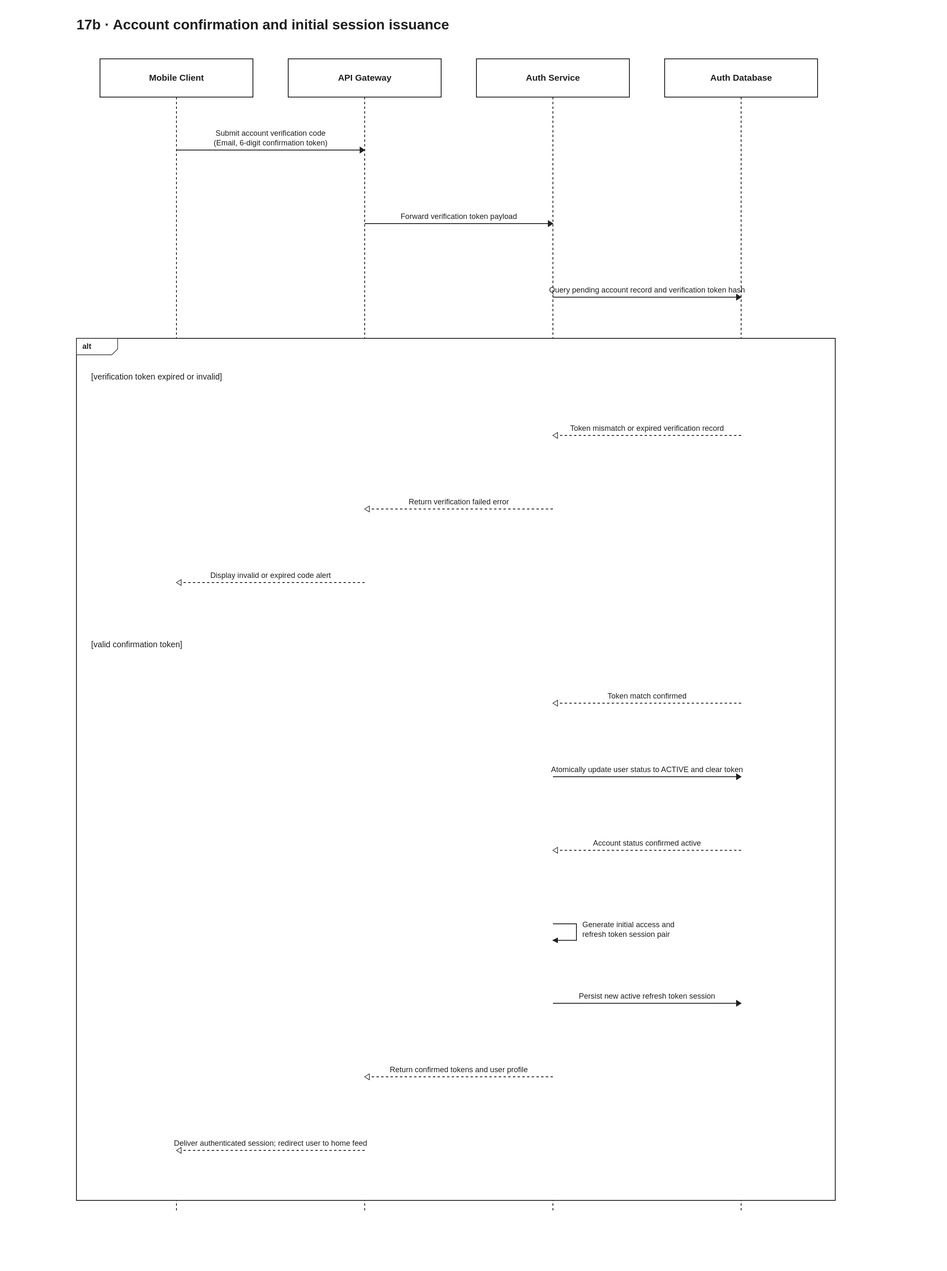
Before: docs/diagrams/velora-current/importable-svg/17b-auth-email-verification.drawio.svg, a diagram exported from draw.io (HieuCuteDangYeu/velora-backend). Source tidied: cells renumbered, new cells last; positions are measured from the earlier drawing's top-left corner, leaving out a move shared by most shapes.
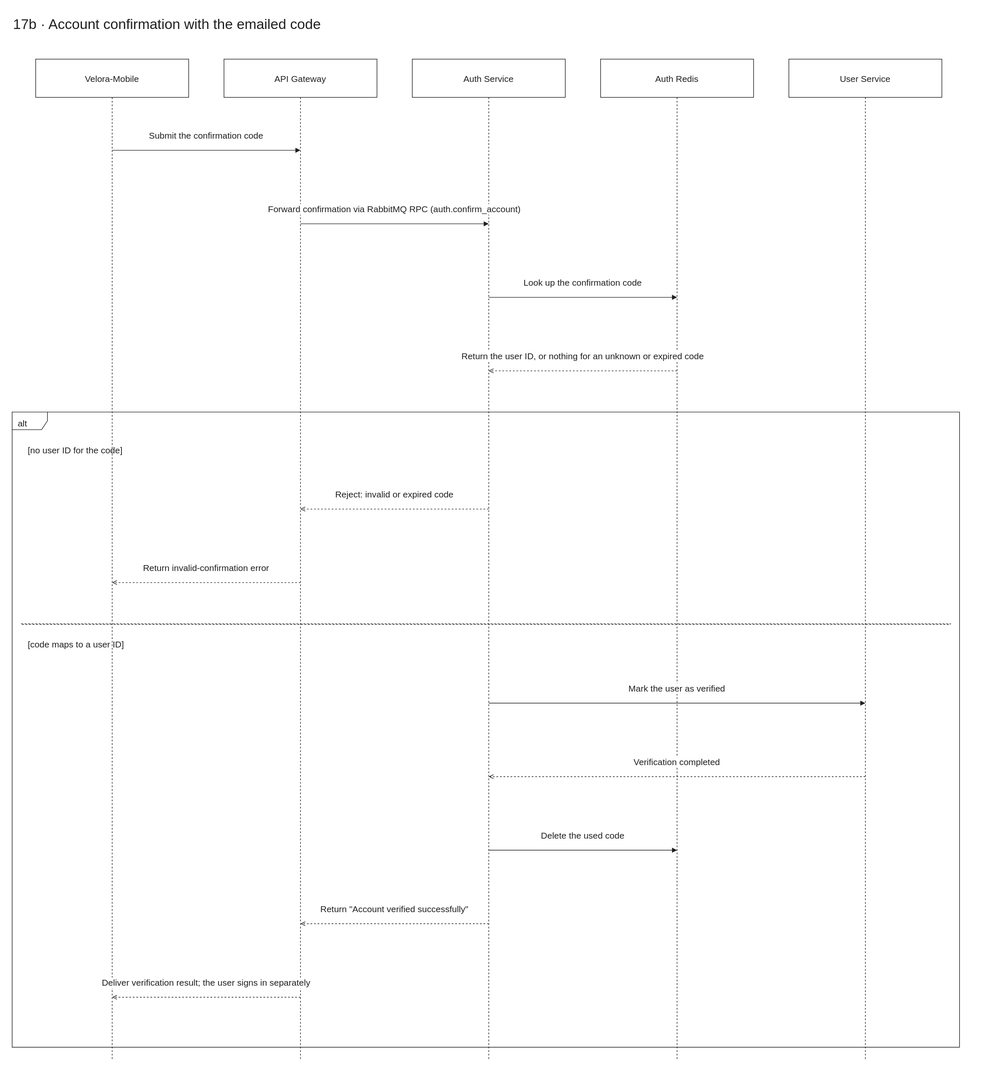
Later version of the same file.

The edit, as a diff of the source:
```diff
@@ -4,32 +4,38 @@
     <mxCell id="1" parent="0" />
     <mxCell id="2" style="html=1;fontFamily=Arial;fontSize=15;fontColor=light-dark(#202020,#eeeeee);strokeColor=light-dark(#202020,#eeeeee);dashed=1;endArrow=none;" parent="1" edge="1">
       <mxGeometry relative="1" as="geometry">
-        <mxPoint x="1130" y="145" as="sourcePoint" />
-        <mxPoint x="1130" y="2040" as="targetPoint" />
+        <mxPoint x="1450" y="145" as="sourcePoint" />
+        <mxPoint x="1450" y="1780" as="targetPoint" />
       </mxGeometry>
     </mxCell>
     <mxCell id="3" style="html=1;fontFamily=Arial;fontSize=15;fontColor=light-dark(#202020,#eeeeee);strokeColor=light-dark(#202020,#eeeeee);dashed=1;endArrow=none;" parent="1" edge="1">
       <mxGeometry relative="1" as="geometry">
-        <mxPoint x="810" y="145" as="sourcePoint" />
-        <mxPoint x="810" y="2040" as="targetPoint" />
+        <mxPoint x="1130" y="145" as="sourcePoint" />
+        <mxPoint x="1130" y="1780" as="targetPoint" />
       </mxGeometry>
     </mxCell>
     <mxCell id="4" style="html=1;fontFamily=Arial;fontSize=15;fontColor=light-dark(#202020,#eeeeee);strokeColor=light-dark(#202020,#eeeeee);dashed=1;endArrow=none;" parent="1" edge="1">
       <mxGeometry relative="1" as="geometry">
-        <mxPoint x="490" y="145" as="sourcePoint" />
-        <mxPoint x="490" y="2040" as="targetPoint" />
+        <mxPoint x="810" y="145" as="sourcePoint" />
+        <mxPoint x="810" y="1780" as="targetPoint" />
       </mxGeometry>
     </mxCell>
     <mxCell id="5" style="html=1;fontFamily=Arial;fontSize=15;fontColor=light-dark(#202020,#eeeeee);strokeColor=light-dark(#202020,#eeeeee);dashed=1;endArrow=none;" parent="1" edge="1">
       <mxGeometry relative="1" as="geometry">
-        <mxPoint x="170" y="145" as="sourcePoint" />
-        <mxPoint x="170" y="2040" as="targetPoint" />
+        <mxPoint x="490" y="145" as="sourcePoint" />
+        <mxPoint x="490" y="1780" as="targetPoint" />
       </mxGeometry>
     </mxCell>
+    <mxCell id="28" style="html=1;fontFamily=Arial;fontSize=15;fontColor=light-dark(#202020,#eeeeee);strokeColor=light-dark(#202020,#eeeeee);dashed=1;endArrow=none;" parent="1" edge="1">
+      <mxGeometry relative="1" as="geometry">
+        <mxPoint x="170" y="145" as="sourcePoint" />
+        <mxPoint x="170" y="1780" as="targetPoint" />
+      </mxGeometry>
+    </mxCell>
-    <mxCell id="6" value="17b · Account confirmation and initial session issuance" style="html=1;fontFamily=Arial;fontSize=15;fontColor=light-dark(#202020,#eeeeee);strokeColor=light-dark(#202020,#eeeeee);text;fontSize=24;align=left;strokeColor=none;fillColor=none;" parent="1" vertex="1">
-      <mxGeometry width="1290" height="50" as="geometry" />
+    <mxCell id="6" value="17b · Account confirmation with the emailed code" style="html=1;fontFamily=Arial;fontSize=15;fontColor=light-dark(#202020,#eeeeee);strokeColor=light-dark(#202020,#eeeeee);text;fontSize=24;align=left;strokeColor=none;fillColor=none;" parent="1" vertex="1">
+      <mxGeometry width="1610" height="50" as="geometry" />
     </mxCell>
-    <mxCell id="7" value="Mobile Client" style="html=1;fontFamily=Arial;fontSize=15;fontColor=light-dark(#202020,#eeeeee);strokeColor=light-dark(#202020,#eeeeee);rounded=0;fillColor=#ffffff;whiteSpace=wrap;align=center;verticalAlign=middle;" parent="1" vertex="1">
+    <mxCell id="7" value="Velora-Mobile" style="html=1;fontFamily=Arial;fontSize=15;fontColor=light-dark(#202020,#eeeeee);strokeColor=light-dark(#202020,#eeeeee);rounded=0;fillColor=#ffffff;whiteSpace=wrap;align=center;verticalAlign=middle;" parent="1" vertex="1">
       <mxGeometry x="40" y="80" width="260" height="65" as="geometry" />
     </mxCell>
     <mxCell id="8" value="API Gateway" style="html=1;fontFamily=Arial;fontSize=15;fontColor=light-dark(#202020,#eeeeee);strokeColor=light-dark(#202020,#eeeeee);rounded=0;fillColor=#ffffff;whiteSpace=wrap;align=center;verticalAlign=middle;" parent="1" vertex="1">
@@ -38,111 +44,100 @@
     <mxCell id="9" value="Auth Service" style="html=1;fontFamily=Arial;fontSize=15;fontColor=light-dark(#202020,#eeeeee);strokeColor=light-dark(#202020,#eeeeee);rounded=0;fillColor=#ffffff;whiteSpace=wrap;align=center;verticalAlign=middle;" parent="1" vertex="1">
       <mxGeometry x="680" y="80" width="260" height="65" as="geometry" />
     </mxCell>
-    <mxCell id="10" value="Auth Database" style="html=1;fontFamily=Arial;fontSize=15;fontColor=light-dark(#202020,#eeeeee);strokeColor=light-dark(#202020,#eeeeee);rounded=0;fillColor=#ffffff;whiteSpace=wrap;align=center;verticalAlign=middle;" parent="1" vertex="1">
+    <mxCell id="10" value="Auth Redis" style="html=1;fontFamily=Arial;fontSize=15;fontColor=light-dark(#202020,#eeeeee);strokeColor=light-dark(#202020,#eeeeee);rounded=0;fillColor=#ffffff;whiteSpace=wrap;align=center;verticalAlign=middle;" parent="1" vertex="1">
       <mxGeometry x="1000" y="80" width="260" height="65" as="geometry" />
     </mxCell>
-    <mxCell id="11" value="Submit account verification code&lt;br&gt;(Email, 6-digit confirmation token)" style="html=1;fontFamily=Arial;fontSize=15;fontColor=light-dark(#202020,#eeeeee);strokeColor=light-dark(#202020,#eeeeee);endArrow=block;endFill=1;labelBackgroundColor=#ffffff;labelWidth=550;whiteSpace=wrap;align=center;" parent="1" edge="1">
-      <mxGeometry relative="1" as="geometry">
-        <mxPoint x="170" y="235" as="sourcePoint" />
-        <mxPoint x="490" y="235" as="targetPoint" />
-        <mxPoint y="-25" as="offset" />
-      </mxGeometry>
+    <mxCell id="11" value="User Service" style="html=1;fontFamily=Arial;fontSize=15;fontColor=light-dark(#202020,#eeeeee);strokeColor=light-dark(#202020,#eeeeee);rounded=0;fillColor=#ffffff;whiteSpace=wrap;align=center;verticalAlign=middle;" parent="1" vertex="1">
+      <mxGeometry x="1320" y="80" width="260" height="65" as="geometry" />
     </mxCell>
-    <mxCell id="12" value="Forward verification token payload" style="html=1;fontFamily=Arial;fontSize=15;fontColor=light-dark(#202020,#eeeeee);strokeColor=light-dark(#202020,#eeeeee);endArrow=block;endFill=1;labelBackgroundColor=#ffffff;labelWidth=550;whiteSpace=wrap;align=center;" parent="1" edge="1">
+    <mxCell id="12" value="Submit the confirmation code" style="html=1;fontFamily=Arial;fontSize=15;fontColor=light-dark(#202020,#eeeeee);strokeColor=light-dark(#202020,#eeeeee);endArrow=block;endFill=1;labelBackgroundColor=#ffffff;labelWidth=550;whiteSpace=wrap;align=center;" parent="1" edge="1">
       <mxGeometry relative="1" as="geometry">
-        <mxPoint x="490" y="360" as="sourcePoint" />
-        <mxPoint x="810" y="360" as="targetPoint" />
+        <mxPoint x="170" y="235" as="sourcePoint" />
+        <mxPoint x="490" y="235" as="targetPoint" />
         <mxPoint y="-25" as="offset" />
       </mxGeometry>
     </mxCell>
-    <mxCell id="13" value="Query pending account record and verification token hash" style="html=1;fontFamily=Arial;fontSize=15;fontColor=light-dark(#202020,#eeeeee);strokeColor=light-dark(#202020,#eeeeee);endArrow=block;endFill=1;labelBackgroundColor=#ffffff;labelWidth=550;whiteSpace=wrap;align=center;" parent="1" edge="1">
+    <mxCell id="13" value="Forward confirmation via RabbitMQ RPC (auth.confirm_account)" style="html=1;fontFamily=Arial;fontSize=15;fontColor=light-dark(#202020,#eeeeee);strokeColor=light-dark(#202020,#eeeeee);endArrow=block;endFill=1;labelBackgroundColor=#ffffff;labelWidth=550;whiteSpace=wrap;align=center;" parent="1" edge="1">
       <mxGeometry relative="1" as="geometry">
-        <mxPoint x="810" y="485" as="sourcePoint" />
-        <mxPoint x="1130" y="485" as="targetPoint" />
+        <mxPoint x="490" y="360" as="sourcePoint" />
+        <mxPoint x="810" y="360" as="targetPoint" />
         <mxPoint y="-25" as="offset" />
       </mxGeometry>
     </mxCell>
-    <mxCell id="14" value="alt" style="html=1;fontFamily=Arial;fontSize=15;fontColor=light-dark(#202020,#eeeeee);strokeColor=light-dark(#202020,#eeeeee);shape=umlFrame;fillColor=none;align=left;verticalAlign=top;spacingLeft=8;spacingTop=4;" parent="1" vertex="1">
-      <mxGeometry y="555" width="1290" height="1465" as="geometry" />
+    <mxCell id="14" value="Look up the confirmation code" style="html=1;fontFamily=Arial;fontSize=15;fontColor=light-dark(#202020,#eeeeee);strokeColor=light-dark(#202020,#eeeeee);endArrow=block;endFill=1;labelBackgroundColor=#ffffff;labelWidth=550;whiteSpace=wrap;align=center;" parent="1" edge="1">
+      <mxGeometry relative="1" as="geometry">
+        <mxPoint x="810" y="485" as="sourcePoint" />
+        <mxPoint x="1130" y="485" as="targetPoint" />
+        <mxPoint y="-25" as="offset" />
+      </mxGeometry>
     </mxCell>
-    <mxCell id="15" value="[verification token expired or invalid]" style="html=1;fontFamily=Arial;fontSize=15;fontColor=light-dark(#202020,#eeeeee);strokeColor=light-dark(#202020,#eeeeee);text;whiteSpace=wrap;align=left;strokeColor=none;fillColor=none;" parent="1" vertex="1">
-      <mxGeometry x="25" y="605" width="1230" height="45" as="geometry" />
+    <mxCell id="15" value="Return the user ID, or nothing for an unknown or expired code" style="html=1;fontFamily=Arial;fontSize=15;fontColor=light-dark(#202020,#eeeeee);strokeColor=light-dark(#202020,#eeeeee);endArrow=open;dashed=1;labelBackgroundColor=#ffffff;labelWidth=550;whiteSpace=wrap;align=center;" parent="1" edge="1">
+      <mxGeometry relative="1" as="geometry">
+        <mxPoint x="1130" y="610" as="sourcePoint" />
+        <mxPoint x="810" y="610" as="targetPoint" />
+        <mxPoint y="-25" as="offset" />
+      </mxGeometry>
     </mxCell>
-    <mxCell id="16" value="Token mismatch or expired verification record" style="html=1;fontFamily=Arial;fontSize=15;fontColor=light-dark(#202020,#eeeeee);strokeColor=light-dark(#202020,#eeeeee);endArrow=open;dashed=1;labelBackgroundColor=#ffffff;labelWidth=550;whiteSpace=wrap;align=center;" parent="1" edge="1">
-      <mxGeometry relative="1" as="geometry">
-        <mxPoint x="1130" y="720" as="sourcePoint" />
-        <mxPoint x="810" y="720" as="targetPoint" />
-        <mxPoint y="-25" as="offset" />
-      </mxGeometry>
+    <mxCell id="16" value="alt" style="html=1;fontFamily=Arial;fontSize=15;fontColor=light-dark(#202020,#eeeeee);strokeColor=light-dark(#202020,#eeeeee);shape=umlFrame;fillColor=none;align=left;verticalAlign=top;spacingLeft=8;spacingTop=4;" parent="1" vertex="1">
+      <mxGeometry y="680" width="1610" height="1080" as="geometry" />
     </mxCell>
-    <mxCell id="17" value="Return verification failed error" style="html=1;fontFamily=Arial;fontSize=15;fontColor=light-dark(#202020,#eeeeee);strokeColor=light-dark(#202020,#eeeeee);endArrow=open;dashed=1;labelBackgroundColor=#ffffff;labelWidth=550;whiteSpace=wrap;align=center;" parent="1" edge="1">
-      <mxGeometry relative="1" as="geometry">
-        <mxPoint x="810" y="845" as="sourcePoint" />
-        <mxPoint x="490" y="845" as="targetPoint" />
-        <mxPoint y="-25" as="offset" />
-      </mxGeometry>
+    <mxCell id="17" value="[no user ID for the code]" style="html=1;fontFamily=Arial;fontSize=15;fontColor=light-dark(#202020,#eeeeee);strokeColor=light-dark(#202020,#eeeeee);text;whiteSpace=wrap;align=left;strokeColor=none;fillColor=none;" parent="1" vertex="1">
+      <mxGeometry x="25" y="730" width="1550" height="45" as="geometry" />
     </mxCell>
-    <mxCell id="18" value="Display invalid or expired code alert" style="html=1;fontFamily=Arial;fontSize=15;fontColor=light-dark(#202020,#eeeeee);strokeColor=light-dark(#202020,#eeeeee);endArrow=open;dashed=1;labelBackgroundColor=#ffffff;labelWidth=550;whiteSpace=wrap;align=center;" parent="1" edge="1">
+    <mxCell id="18" value="Reject: invalid or expired code" style="html=1;fontFamily=Arial;fontSize=15;fontColor=light-dark(#202020,#eeeeee);strokeColor=light-dark(#202020,#eeeeee);endArrow=open;dashed=1;labelBackgroundColor=#ffffff;labelWidth=550;whiteSpace=wrap;align=center;" parent="1" edge="1">
       <mxGeometry relative="1" as="geometry">
-        <mxPoint x="490" y="970" as="sourcePoint" />
-        <mxPoint x="170" y="970" as="targetPoint" />
+        <mxPoint x="810" y="845" as="sourcePoint" />
+        <mxPoint x="490" y="845" as="targetPoint" />
         <mxPoint y="-25" as="offset" />
       </mxGeometry>
     </mxCell>
-    <mxCell id="19" style="html=1;fontFamily=Arial;fontSize=15;fontColor=light-dark(#202020,#eeeeee);strokeColor=light-dark(#202020,#eeeeee);fillColor=none;dashed=1;" parent="1" vertex="1">
-      <mxGeometry x="15" y="1040" width="1260" height="1" as="geometry" />
+    <mxCell id="19" value="Return invalid-confirmation error" style="html=1;fontFamily=Arial;fontSize=15;fontColor=light-dark(#202020,#eeeeee);strokeColor=light-dark(#202020,#eeeeee);endArrow=open;dashed=1;labelBackgroundColor=#ffffff;labelWidth=550;whiteSpace=wrap;align=center;" parent="1" edge="1">
+      <mxGeometry relative="1" as="geometry">
+        <mxPoint x="490" y="970" as="sourcePoint" />
+        <mxPoint x="170" y="970" as="targetPoint" />
+        <mxPoint y="-25" as="offset" />
+      </mxGeometry>
     </mxCell>
-    <mxCell id="20" value="[valid confirmation token]" style="html=1;fontFamily=Arial;fontSize=15;fontColor=light-dark(#202020,#eeeeee);strokeColor=light-dark(#202020,#eeeeee);text;whiteSpace=wrap;align=left;strokeColor=none;fillColor=none;" parent="1" vertex="1">
-      <mxGeometry x="25" y="1060" width="1230" height="45" as="geometry" />
+    <mxCell id="20" style="html=1;fontFamily=Arial;fontSize=15;fontColor=light-dark(#202020,#eeeeee);strokeColor=light-dark(#202020,#eeeeee);fillColor=none;dashed=1;" parent="1" vertex="1">
+      <mxGeometry x="15" y="1040" width="1580" height="1" as="geometry" />
     </mxCell>
-    <mxCell id="21" value="Token match confirmed" style="html=1;fontFamily=Arial;fontSize=15;fontColor=light-dark(#202020,#eeeeee);strokeColor=light-dark(#202020,#eeeeee);endArrow=open;dashed=1;labelBackgroundColor=#ffffff;labelWidth=550;whiteSpace=wrap;align=center;" parent="1" edge="1">
-      <mxGeometry relative="1" as="geometry">
-        <mxPoint x="1130" y="1175" as="sourcePoint" />
-        <mxPoint x="810" y="1175" as="targetPoint" />
-        <mxPoint y="-25" as="offset" />
-      </mxGeometry>
+    <mxCell id="21" value="[code maps to a user ID]" style="html=1;fontFamily=Arial;fontSize=15;fontColor=light-dark(#202020,#eeeeee);strokeColor=light-dark(#202020,#eeeeee);text;whiteSpace=wrap;align=left;strokeColor=none;fillColor=none;" parent="1" vertex="1">
+      <mxGeometry x="25" y="1060" width="1550" height="45" as="geometry" />
     </mxCell>
-    <mxCell id="22" value="Atomically update user status to ACTIVE and clear token" style="html=1;fontFamily=Arial;fontSize=15;fontColor=light-dark(#202020,#eeeeee);strokeColor=light-dark(#202020,#eeeeee);endArrow=block;endFill=1;labelBackgroundColor=#ffffff;labelWidth=550;whiteSpace=wrap;align=center;" parent="1" edge="1">
+    <mxCell id="22" value="Mark the user as verified" style="html=1;fontFamily=Arial;fontSize=15;fontColor=light-dark(#202020,#eeeeee);strokeColor=light-dark(#202020,#eeeeee);endArrow=block;endFill=1;labelBackgroundColor=#ffffff;labelWidth=550;whiteSpace=wrap;align=center;" parent="1" edge="1">
       <mxGeometry relative="1" as="geometry">
-        <mxPoint x="810" y="1300" as="sourcePoint" />
-        <mxPoint x="1130" y="1300" as="targetPoint" />
+        <mxPoint x="810" y="1175" as="sourcePoint" />
+        <mxPoint x="1450" y="1175" as="targetPoint" />
         <mxPoint y="-25" as="offset" />
       </mxGeometry>
     </mxCell>
-    <mxCell id="23" value="Account status confirmed active" style="html=1;fontFamily=Arial;fontSize=15;fontColor=light-dark(#202020,#eeeeee);strokeColor=light-dark(#202020,#eeeeee);endArrow=open;dashed=1;labelBackgroundColor=#ffffff;labelWidth=550;whiteSpace=wrap;align=center;" parent="1" edge="1">
+    <mxCell id="23" value="Verification completed" style="html=1;fontFamily=Arial;fontSize=15;fontColor=light-dark(#202020,#eeeeee);strokeColor=light-dark(#202020,#eeeeee);endArrow=open;dashed=1;labelBackgroundColor=#ffffff;labelWidth=550;whiteSpace=wrap;align=center;" parent="1" edge="1">
       <mxGeometry relative="1" as="geometry">
-        <mxPoint x="1130" y="1425" as="sourcePoint" />
-        <mxPoint x="810" y="1425" as="targetPoint" />
+        <mxPoint x="1450" y="1300" as="sourcePoint" />
+        <mxPoint x="810" y="1300" as="targetPoint" />
         <mxPoint y="-25" as="offset" />
       </mxGeometry>
     </mxCell>
-    <mxCell id="24" value="Generate initial access and refresh token session pair" style="html=1;fontFamily=Arial;fontSize=15;fontColor=light-dark(#202020,#eeeeee);strokeColor=light-dark(#202020,#eeeeee);endArrow=block;endFill=1;edgeStyle=orthogonalEdgeStyle;curved=0;rounded=0;orthogonalLoop=1;jettySize=auto;labelBackgroundColor=#ffffff;labelWidth=240;whiteSpace=wrap;align=left;" parent="1" edge="1">
+    <mxCell id="24" value="Delete the used code" style="html=1;fontFamily=Arial;fontSize=15;fontColor=light-dark(#202020,#eeeeee);strokeColor=light-dark(#202020,#eeeeee);endArrow=block;endFill=1;labelBackgroundColor=#ffffff;labelWidth=550;whiteSpace=wrap;align=center;" parent="1" edge="1">
       <mxGeometry relative="1" as="geometry">
-        <mxPoint x="810" y="1550" as="sourcePoint" />
-        <mxPoint x="810" y="1578" as="targetPoint" />
-        <mxPoint x="10" y="-10" as="offset" />
+        <mxPoint x="810" y="1425" as="sourcePoint" />
+        <mxPoint x="1130" y="1425" as="targetPoint" />
+        <mxPoint y="-25" as="offset" />
       </mxGeometry>
     </mxCell>
-    <mxCell id="25" value="Persist new active refresh token session" style="html=1;fontFamily=Arial;fontSize=15;fontColor=light-dark(#202020,#eeeeee);strokeColor=light-dark(#202020,#eeeeee);endArrow=block;endFill=1;labelBackgroundColor=#ffffff;labelWidth=550;whiteSpace=wrap;align=center;" parent="1" edge="1">
+    <mxCell id="25" value="Return &amp;quot;Account verified successfully&amp;quot;" style="html=1;fontFamily=Arial;fontSize=15;fontColor=light-dark(#202020,#eeeeee);strokeColor=light-dark(#202020,#eeeeee);endArrow=open;dashed=1;labelBackgroundColor=#ffffff;labelWidth=550;whiteSpace=wrap;align=center;" parent="1" edge="1">
       <mxGeometry relative="1" as="geometry">
-        <mxPoint x="810" y="1685" as="sourcePoint" />
-        <mxPoint x="1130" y="1685" as="targetPoint" />
+        <mxPoint x="810" y="1550" as="sourcePoint" />
+        <mxPoint x="490" y="1550" as="targetPoint" />
         <mxPoint y="-25" as="offset" />
       </mxGeometry>
     </mxCell>
-    <mxCell id="26" value="Return confirmed tokens and user profile" style="html=1;fontFamily=Arial;fontSize=15;fontColor=light-dark(#202020,#eeeeee);strokeColor=light-dark(#202020,#eeeeee);endArrow=open;dashed=1;labelBackgroundColor=#ffffff;labelWidth=550;whiteSpace=wrap;align=center;" parent="1" edge="1">
+    <mxCell id="26" value="Deliver verification result; the user signs in separately" style="html=1;fontFamily=Arial;fontSize=15;fontColor=light-dark(#202020,#eeeeee);strokeColor=light-dark(#202020,#eeeeee);endArrow=open;dashed=1;labelBackgroundColor=#ffffff;labelWidth=550;whiteSpace=wrap;align=center;" parent="1" edge="1">
       <mxGeometry relative="1" as="geometry">
-        <mxPoint x="810" y="1810" as="sourcePoint" />
-        <mxPoint x="490" y="1810" as="targetPoint" />
+        <mxPoint x="490" y="1675" as="sourcePoint" />
+        <mxPoint x="170" y="1675" as="targetPoint" />
         <mxPoint y="-25" as="offset" />
       </mxGeometry>
     </mxCell>
-    <mxCell id="27" value="Deliver authenticated session; redirect user to home feed" style="html=1;fontFamily=Arial;fontSize=15;fontColor=light-dark(#202020,#eeeeee);strokeColor=light-dark(#202020,#eeeeee);endArrow=open;dashed=1;labelBackgroundColor=#ffffff;labelWidth=550;whiteSpace=wrap;align=center;" parent="1" edge="1">
-      <mxGeometry relative="1" as="geometry">
-        <mxPoint x="490" y="1935" as="sourcePoint" />
-        <mxPoint x="170" y="1935" as="targetPoint" />
-        <mxPoint y="-25" as="offset" />
-      </mxGeometry>
-    </mxCell>
   </root>
 </mxGraphModel>
```
